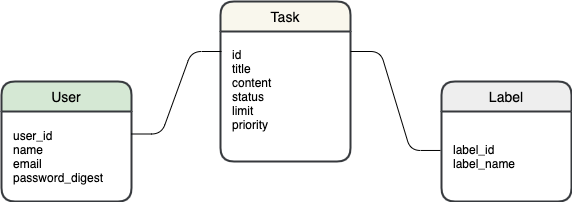
This is docs/everyleaf-training.png from a-myzk/everyleaf-training, a draw.io export, as it was before one commit. Source tidied: cells renumbered, new cells last; positions are measured from the earlier drawing's top-left corner, leaving out a move shared by most shapes.
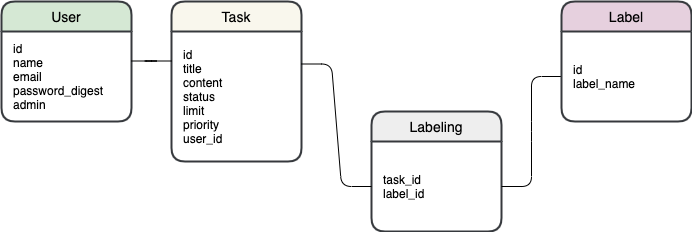
Later version of the same file.

Commit message:
[Update]ER図修正（Labeling追加)

Change to the diagram source:
```diff
@@ -3,32 +3,40 @@
     <mxCell id="0" />
     <mxCell id="1" parent="0" />
     <mxCell id="2" value="Task" style="swimlane;horizontal=1;startSize=30;rounded=1;fontSize=14;fontStyle=0;strokeWidth=2;shadow=0;dashed=0;align=center;strokeColor=#36393d;swimlaneFillColor=#ffffff;fillColor=#f9f7ed;" parent="1" vertex="1">
-      <mxGeometry x="219" width="130" height="160" as="geometry" />
+      <mxGeometry x="130" width="130" height="160" as="geometry" />
     </mxCell>
-    <mxCell id="3" value="id&#10;title&#10;content&#10;status&#10;limit&#10;priority&#10;" style="align=left;strokeColor=none;fillColor=none;spacingLeft=10;fontSize=12;verticalAlign=middle;labelPosition=center;verticalLabelPosition=middle;spacingTop=0;spacingRight=0;spacing=2;spacingBottom=0;" parent="2" vertex="1">
+    <mxCell id="3" value="id&#10;title&#10;content&#10;status&#10;limit&#10;priority&#10;user_id" style="align=left;strokeColor=none;fillColor=none;spacingLeft=10;fontSize=12;verticalAlign=middle;labelPosition=center;verticalLabelPosition=middle;spacingTop=0;spacingRight=0;spacing=2;spacingBottom=0;" parent="2" vertex="1">
       <mxGeometry y="30" width="130" height="130" as="geometry" />
     </mxCell>
-    <mxCell id="4" value="Label" style="swimlane;horizontal=1;startSize=30;rounded=1;fontSize=14;fontStyle=0;strokeWidth=2;shadow=0;dashed=0;align=center;strokeColor=#36393d;swimlaneFillColor=#ffffff;fillColor=#eeeeee;" parent="1" vertex="1">
-      <mxGeometry x="440" y="80" width="130" height="120" as="geometry" />
+    <mxCell id="4" value="Labeling" style="swimlane;horizontal=1;startSize=30;rounded=1;fontSize=14;fontStyle=0;strokeWidth=2;shadow=0;dashed=0;align=center;strokeColor=#36393d;swimlaneFillColor=#ffffff;fillColor=#eeeeee;" parent="1" vertex="1">
+      <mxGeometry x="330" y="110" width="130" height="120" as="geometry" />
     </mxCell>
-    <mxCell id="5" value="label_id&#10;label_name" style="align=left;strokeColor=none;fillColor=none;spacingLeft=10;fontSize=12;verticalAlign=middle;labelPosition=center;verticalLabelPosition=middle;spacingTop=0;spacingRight=0;spacing=2;spacingBottom=0;" parent="4" vertex="1">
+    <mxCell id="5" value="task_id&#10;label_id" style="align=left;strokeColor=none;fillColor=none;spacingLeft=10;fontSize=12;verticalAlign=middle;labelPosition=center;verticalLabelPosition=middle;spacingTop=0;spacingRight=0;spacing=2;spacingBottom=0;" parent="4" vertex="1">
       <mxGeometry y="30" width="130" height="90" as="geometry" />
     </mxCell>
     <mxCell id="6" value="User" style="swimlane;horizontal=1;startSize=30;rounded=1;fontSize=14;fontStyle=0;strokeWidth=2;shadow=0;dashed=0;align=center;strokeColor=#36393d;swimlaneFillColor=#ffffff;fillColor=#D5E8D4;" parent="1" vertex="1">
-      <mxGeometry y="80" width="130" height="120" as="geometry" />
+      <mxGeometry x="-40" width="130" height="120" as="geometry" />
     </mxCell>
-    <mxCell id="7" value="user_id&#10;name&#10;email&#10;password_digest" style="align=left;strokeColor=none;fillColor=none;spacingLeft=10;fontSize=12;verticalAlign=middle;labelPosition=center;verticalLabelPosition=middle;spacingTop=0;spacingRight=0;spacing=2;spacingBottom=0;" parent="6" vertex="1">
+    <mxCell id="7" value="id&#10;name&#10;email&#10;password_digest&#10;admin" style="align=left;strokeColor=none;fillColor=none;spacingLeft=10;fontSize=12;verticalAlign=middle;labelPosition=center;verticalLabelPosition=middle;spacingTop=0;spacingRight=0;spacing=2;spacingBottom=0;" parent="6" vertex="1">
       <mxGeometry y="30" width="130" height="90" as="geometry" />
     </mxCell>
-    <mxCell id="8" style="edgeStyle=entityRelationEdgeStyle;fontSize=12;html=1;endArrow=none;endFill=0;exitX=1;exitY=0.25;exitDx=0;exitDy=0;" parent="1" edge="1" source="7">
+    <mxCell id="8" style="edgeStyle=entityRelationEdgeStyle;fontSize=12;html=1;endArrow=none;endFill=0;" parent="1" edge="1">
       <mxGeometry relative="1" as="geometry">
-        <mxPoint x="220" y="50" as="targetPoint" />
+        <mxPoint x="90" y="59.5" as="sourcePoint" />
+        <mxPoint x="130" y="59.5" as="targetPoint" />
       </mxGeometry>
     </mxCell>
-    <mxCell id="9" style="edgeStyle=entityRelationEdgeStyle;fontSize=12;html=1;endArrow=none;endFill=0;entryX=-0.008;entryY=0.433;entryDx=0;entryDy=0;entryPerimeter=0;" parent="1" edge="1" target="5">
-      <mxGeometry relative="1" as="geometry">
-        <mxPoint x="349" y="50" as="sourcePoint" />
-      </mxGeometry>
+    <mxCell id="9" style="edgeStyle=entityRelationEdgeStyle;fontSize=12;html=1;endArrow=none;endFill=0;entryX=0;entryY=0.5;entryDx=0;entryDy=0;exitX=1;exitY=0.5;exitDx=0;exitDy=0;" parent="1" edge="1" source="5" target="11">
+      <mxGeometry relative="1" as="geometry" />
     </mxCell>
+    <mxCell id="10" value="Label" style="swimlane;horizontal=1;startSize=30;rounded=1;fontSize=14;fontStyle=0;strokeWidth=2;shadow=0;dashed=0;align=center;strokeColor=#36393d;swimlaneFillColor=#ffffff;fillColor=#E6D0DE;" parent="1" vertex="1">
+      <mxGeometry x="520" width="130" height="120" as="geometry" />
+    </mxCell>
+    <mxCell id="11" value="id&#10;label_name" style="align=left;strokeColor=none;fillColor=none;spacingLeft=10;fontSize=12;verticalAlign=middle;labelPosition=center;verticalLabelPosition=middle;spacingTop=0;spacingRight=0;spacing=2;spacingBottom=0;" parent="10" vertex="1">
+      <mxGeometry y="30" width="130" height="90" as="geometry" />
+    </mxCell>
+    <mxCell id="12" style="edgeStyle=entityRelationEdgeStyle;fontSize=12;html=1;endArrow=none;endFill=0;entryX=1;entryY=0.25;entryDx=0;entryDy=0;" parent="1" edge="1" source="5" target="3">
+      <mxGeometry relative="1" as="geometry" />
+    </mxCell>
   </root>
 </mxGraphModel>
```
